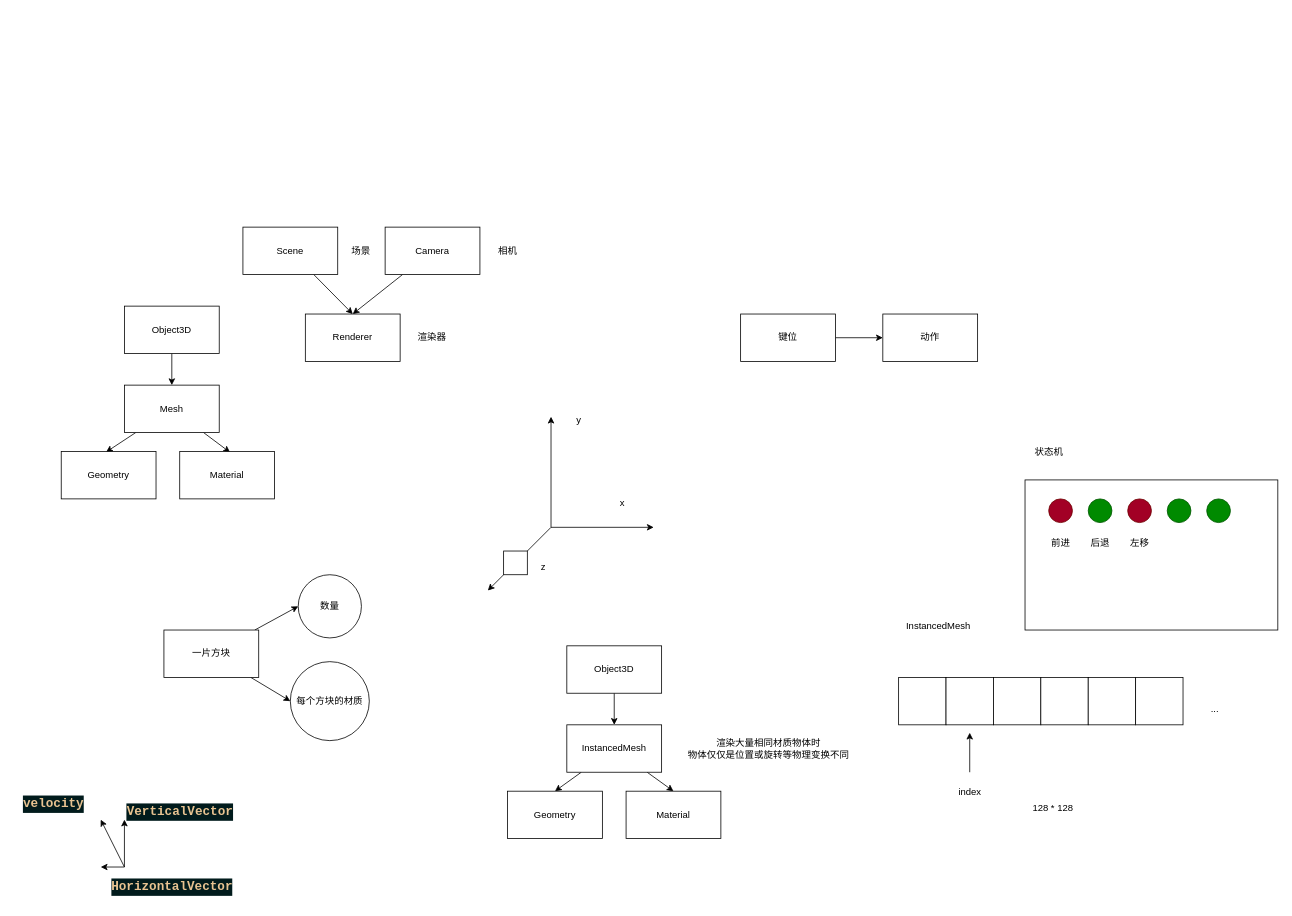
creamIcec/minecraft-simple-clone keeps this draw.io diagram as 记录.drawio. Above is the earlier version. Source tidied: cells renumbered, new cells numbered last; positions are measured from the earlier drawing's top-left corner, leaving out a move shared by most shapes. Both pictures are drawn from the tidied source at 79%, with x=0, y=0 at pixel (13, 227).
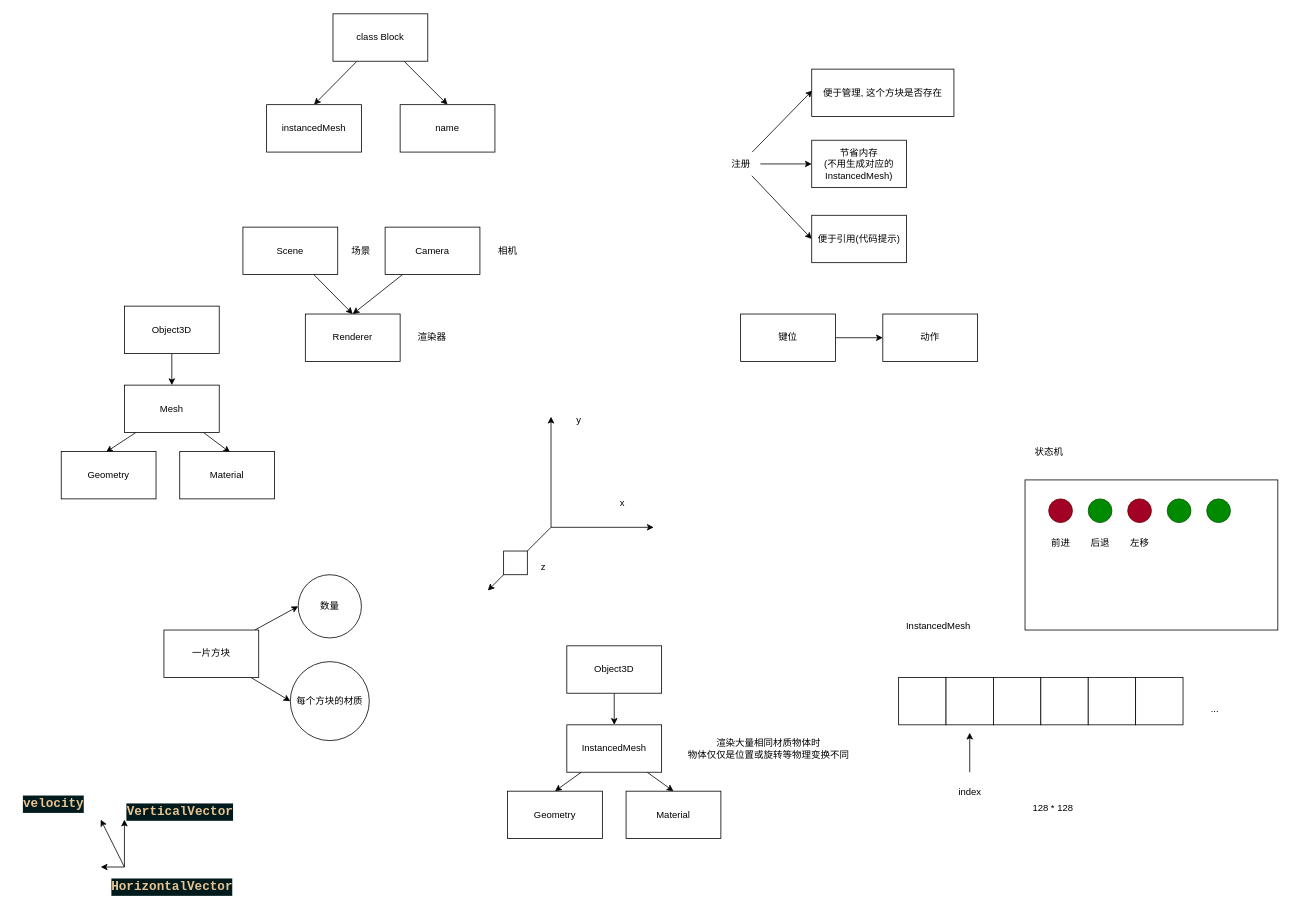
After the change.

Diff of the diagram source:
```diff
@@
+    <mxCell id="68" style="edgeStyle=none;html=1;entryX=0.004;entryY=0.451;entryDx=0;entryDy=0;entryPerimeter=0;" parent="1" edge="1" source="71" target="72">
+      <mxGeometry relative="1" as="geometry" />
+    </mxCell>
+    <mxCell id="69" style="edgeStyle=none;html=1;entryX=0;entryY=0.5;entryDx=0;entryDy=0;" parent="1" edge="1" source="71" target="73">
+      <mxGeometry relative="1" as="geometry" />
+    </mxCell>
+    <mxCell id="70" style="edgeStyle=none;html=1;entryX=0;entryY=0.5;entryDx=0;entryDy=0;" parent="1" edge="1" source="71" target="74">
+      <mxGeometry relative="1" as="geometry" />
+    </mxCell>
+    <mxCell id="71" value="注册" style="text;html=1;align=center;verticalAlign=middle;points=[];strokeColor=none;fillColor=none;" parent="1" vertex="1">
+      <mxGeometry x="895" y="-95" width="50" height="30" as="geometry" />
+    </mxCell>
+    <mxCell id="72" value="便于管理, 这个方块是否存在" style="whiteSpace=wrap;html=1;" parent="1" vertex="1">
+      <mxGeometry x="1010" y="-200" width="180" height="60" as="geometry" />
+    </mxCell>
+    <mxCell id="73" value="节省内存&lt;br&gt;(不用生成对应的InstancedMesh)" style="whiteSpace=wrap;html=1;" parent="1" vertex="1">
+      <mxGeometry x="1010" y="-110" width="120" height="60" as="geometry" />
+    </mxCell>
+    <mxCell id="74" value="便于引用(代码提示)" style="whiteSpace=wrap;html=1;" parent="1" vertex="1">
+      <mxGeometry x="1010" y="-15" width="120" height="60" as="geometry" />
+    </mxCell>
+    <mxCell id="75" style="edgeStyle=none;html=1;entryX=0.5;entryY=0;entryDx=0;entryDy=0;" parent="1" edge="1" source="77" target="78">
+      <mxGeometry relative="1" as="geometry" />
+    </mxCell>
+    <mxCell id="76" style="edgeStyle=none;html=1;entryX=0.5;entryY=0;entryDx=0;entryDy=0;" parent="1" edge="1" source="77" target="79">
+      <mxGeometry relative="1" as="geometry" />
+    </mxCell>
+    <mxCell id="77" value="class Block" style="whiteSpace=wrap;html=1;" parent="1" vertex="1">
+      <mxGeometry x="404" y="-270" width="120" height="60" as="geometry" />
+    </mxCell>
+    <mxCell id="78" value="instancedMesh" style="whiteSpace=wrap;html=1;" parent="1" vertex="1">
+      <mxGeometry x="320" y="-155" width="120" height="60" as="geometry" />
+    </mxCell>
+    <mxCell id="79" value="name" style="whiteSpace=wrap;html=1;" parent="1" vertex="1">
+      <mxGeometry x="489" y="-155" width="120" height="60" as="geometry" />
+    </mxCell>
```
